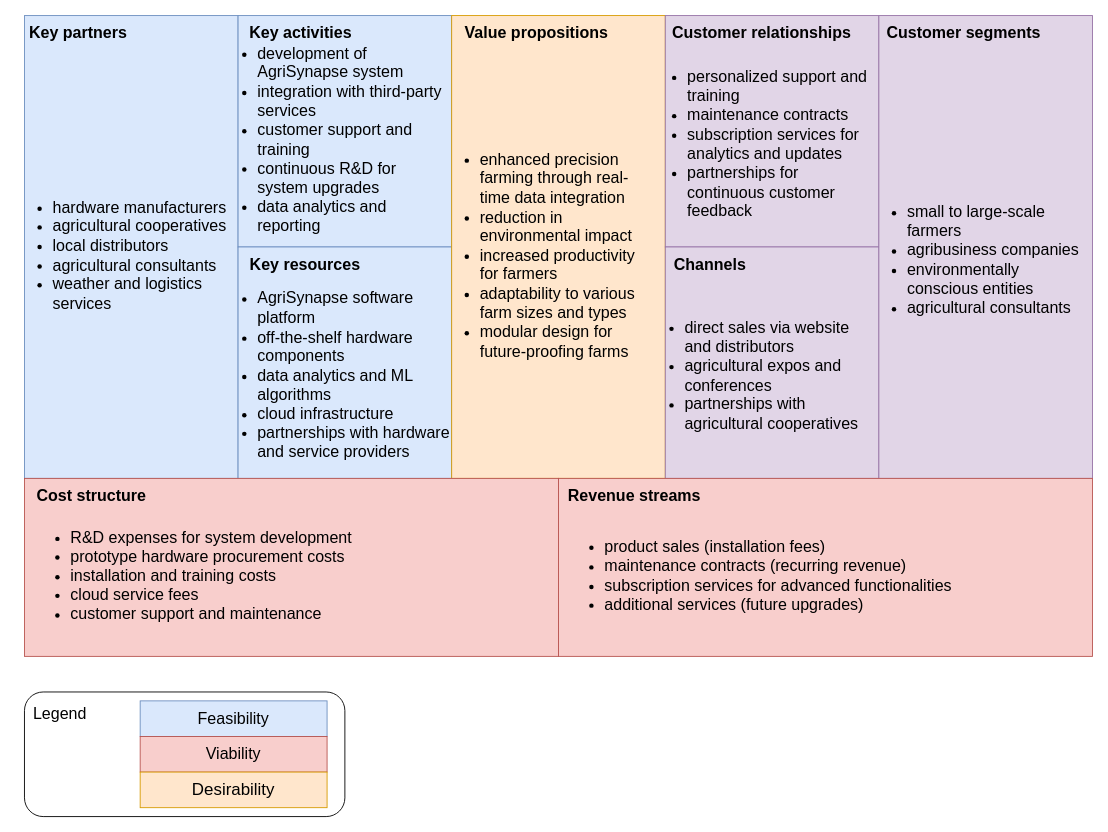
Before: business_model.drawio in hakotaco/sa-g3, a draw.io diagram. Source tidied: cells renumbered, new cells numbered last; positions are measured from the earlier drawing's top-left corner, leaving out a move shared by most shapes. Both pictures are drawn from the tidied source at 89%, with x=0, y=0 at pixel (15, 15).
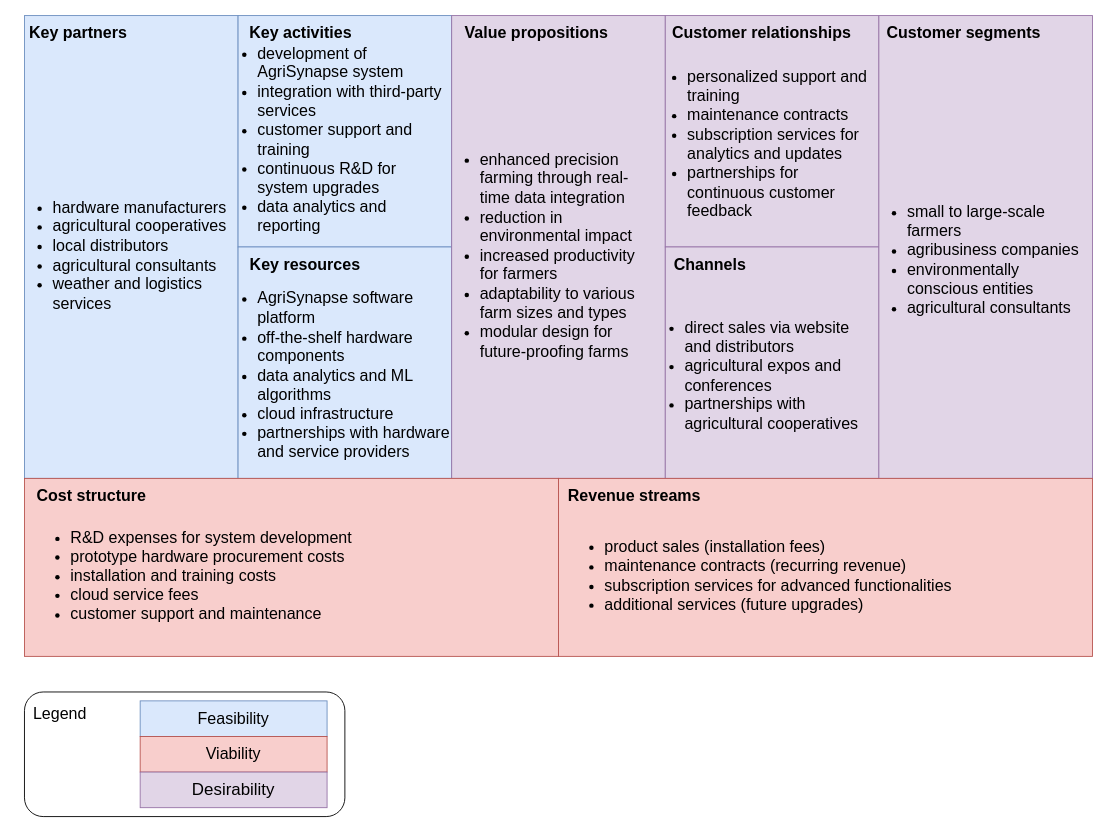
The same diagram, later.

Change to the diagram source:
```diff
@@
-    <mxCell id="6" style="rounded=0;whiteSpace=wrap;html=1;fontSize=14;fillColor=#ffe6cc;strokeColor=#d79b00;" parent="1" vertex="1">
+    <mxCell id="6" style="rounded=0;whiteSpace=wrap;html=1;fontSize=14;fillColor=#e1d5e7;strokeColor=#9673a6;" parent="1" vertex="1">
       <mxGeometry x="490" width="240" height="520" as="geometry" />
     </mxCell>
@@
-    <mxCell id="33" value="&lt;font style=&quot;font-size: 19px;&quot;&gt;Desirability&lt;/font&gt;" style="rounded=0;whiteSpace=wrap;html=1;fontSize=14;fillColor=#ffe6cc;strokeColor=#d79b00;" parent="1" vertex="1">
+    <mxCell id="33" value="&lt;font style=&quot;font-size: 19px;&quot;&gt;Desirability&lt;/font&gt;" style="rounded=0;whiteSpace=wrap;html=1;fontSize=14;fillColor=#e1d5e7;strokeColor=#9673a6;" parent="1" vertex="1">
       <mxGeometry x="140" y="850" width="210" height="40" as="geometry" />
     </mxCell>
```
